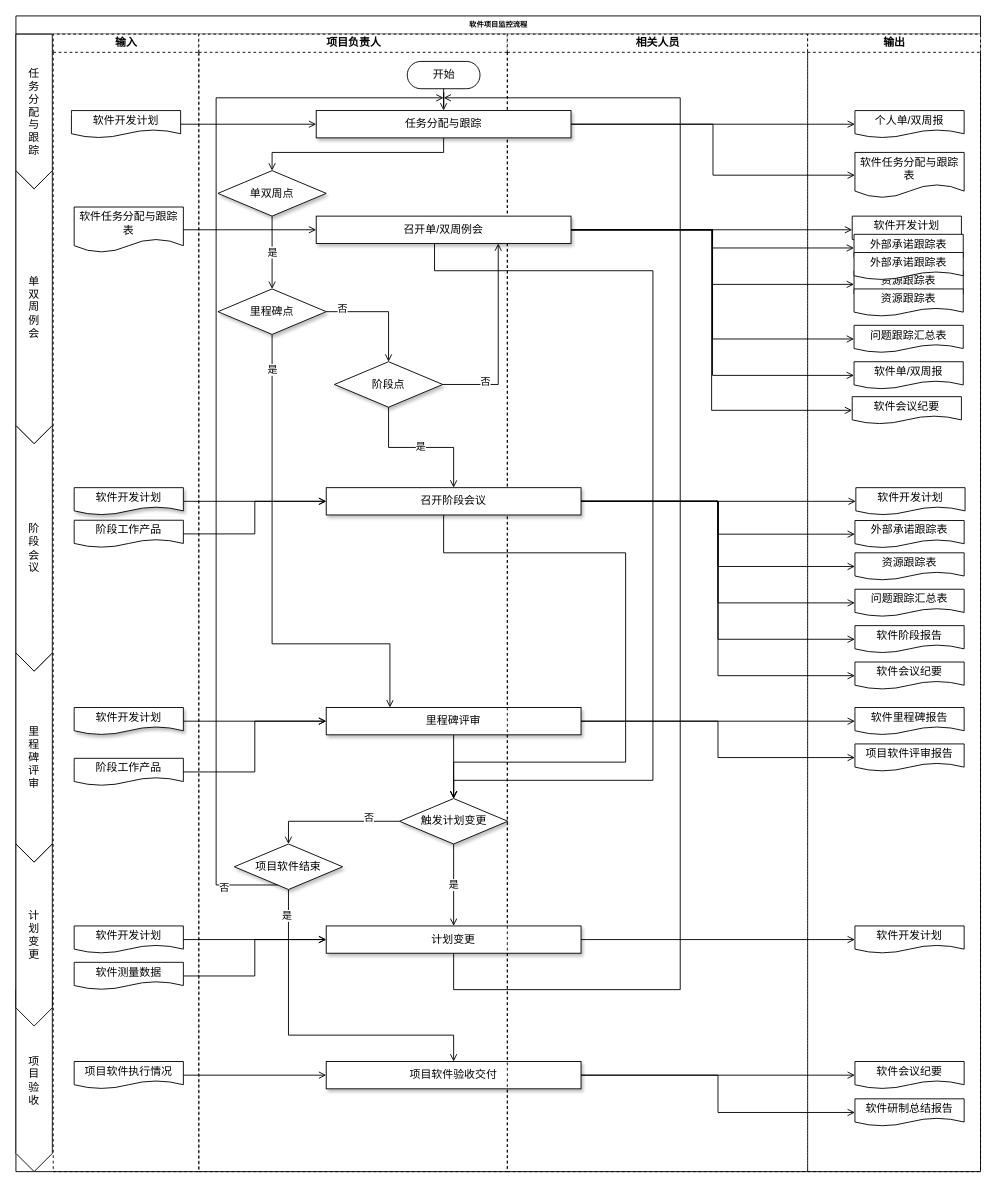
The draw.io diagram 国军标5000A-文审-项目监控过程域.drawio in ColonelDarcy2018/excelsior, before the edit. Source tidied: cells renumbered, new cells numbered last; positions are measured from the earlier drawing's top-left corner, leaving out a move shared by most shapes. Both pictures are drawn from the tidied source at 91%, with x=0, y=0 at pixel (15, 15).
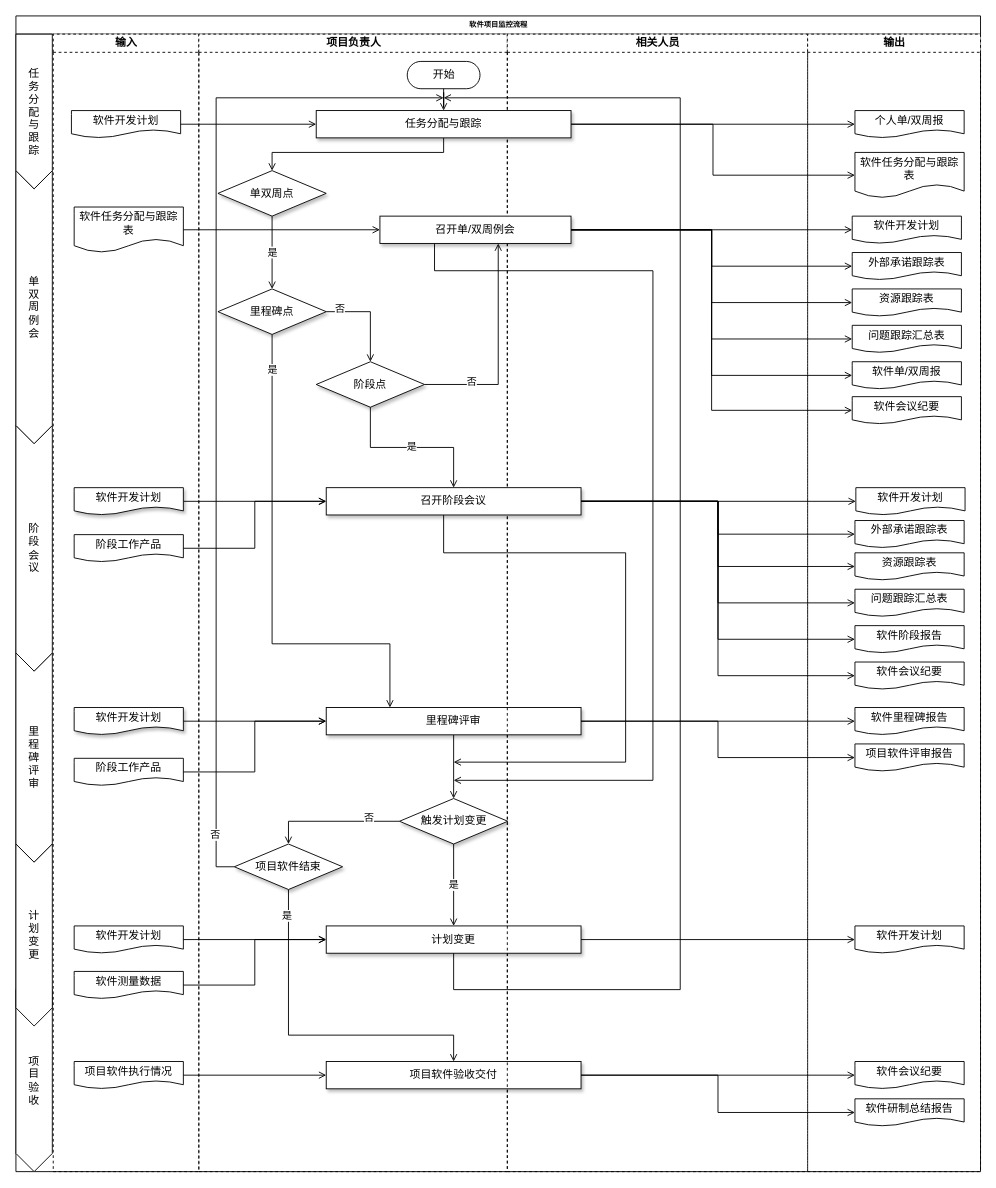
After the change.

Commit message (it also covers changes not shown here):
Update 国军标5000A-文审-项目监控过程域.drawio

Unchanged cells that the change refers to:
```xml
<mxCell id="10" value="输入" style="swimlane;html=1;startSize=20;dashed=1;" parent="2" vertex="1">
  <mxGeometry x="41" y="20" width="160" height="1250" as="geometry" />
</mxCell>
<mxCell id="19" value="项目负责人" style="swimlane;html=1;startSize=20;dashed=1;" parent="2" vertex="1">
  <mxGeometry x="201" y="20" width="339" height="1250" as="geometry" />
</mxCell>
<mxCell id="30" value="里程碑点" style="rhombus;whiteSpace=wrap;html=1;shadow=1;fontSize=12;" parent="19" vertex="1">
  <mxGeometry x="21" y="280" width="119" height="50" as="geometry" />
</mxCell>
<mxCell id="35" value="触发计划变更" style="rhombus;whiteSpace=wrap;html=1;shadow=1;fontSize=12;" parent="19" vertex="1">
  <mxGeometry x="220.5" y="840" width="119" height="50" as="geometry" />
</mxCell>
<mxCell id="38" value="项目软件结束" style="rhombus;whiteSpace=wrap;html=1;shadow=1;fontSize=12;" parent="19" vertex="1">
  <mxGeometry x="39" y="890" width="119" height="50" as="geometry" />
</mxCell>
<mxCell id="41" value="输出" style="swimlane;html=1;startSize=20;dashed=1;" parent="2" vertex="1">
  <mxGeometry x="870" y="20" width="190" height="1250" as="geometry" />
</mxCell>
<mxCell id="86" value="召开阶段会议" style="rounded=0;whiteSpace=wrap;html=1;shadow=1;fontSize=12;" parent="1" vertex="1">
  <mxGeometry x="341" y="518.4" width="280" height="30" as="geometry" />
</mxCell>
```

Change to the diagram source:
```diff
@@
     <mxCell id="11" value="阶段工作产品" style="shape=document;whiteSpace=wrap;html=1;boundedLbl=1;fontSize=12;" parent="10" vertex="1">
-      <mxGeometry x="23" y="534.2" width="120" height="30" as="geometry" />
+      <mxGeometry x="23" y="550" width="120" height="30" as="geometry" />
     </mxCell>
@@
     <mxCell id="18" value="软件测量数据" style="shape=document;whiteSpace=wrap;html=1;boundedLbl=1;fontSize=12;" parent="10" vertex="1">
-      <mxGeometry x="23" y="1020" width="120" height="30" as="geometry" />
+      <mxGeometry x="23" y="1030" width="120" height="30" as="geometry" />
     </mxCell>
@@
     <mxCell id="26" style="edgeStyle=orthogonalEdgeStyle;rounded=0;jettySize=auto;html=1;entryX=0.5;entryY=0;entryDx=0;entryDy=0;endArrow=open;endFill=0;" parent="19" edge="1" source="30" target="31">
-      <mxGeometry relative="1" as="geometry" />
+      <mxGeometry relative="1" as="geometry">
+        <Array as="points">
+          <mxPoint x="189" y="305" />
+          <mxPoint x="189" y="360" />
+        </Array>
+      </mxGeometry>
     </mxCell>
@@
     <mxCell id="31" value="阶段点" style="rhombus;whiteSpace=wrap;html=1;shadow=1;fontSize=12;" parent="19" vertex="1">
-      <mxGeometry x="149" y="360" width="119" height="50" as="geometry" />
+      <mxGeometry x="129" y="360" width="119" height="50" as="geometry" />
     </mxCell>
@@
     <mxCell id="46" value="外部承诺跟踪表" style="shape=document;whiteSpace=wrap;html=1;boundedLbl=1;fontSize=12;" parent="41" vertex="1">
-      <mxGeometry x="51" y="220" width="120" height="30" as="geometry" />
+      <mxGeometry x="49" y="240" width="120" height="30" as="geometry" />
     </mxCell>
     <mxCell id="47" value="资源跟踪表" style="shape=document;whiteSpace=wrap;html=1;boundedLbl=1;fontSize=12;" parent="41" vertex="1">
-      <mxGeometry x="51" y="260" width="120" height="30" as="geometry" />
+      <mxGeometry x="49" y="280" width="120" height="30" as="geometry" />
     </mxCell>
     <mxCell id="48" value="问题跟踪汇总表" style="shape=document;whiteSpace=wrap;html=1;boundedLbl=1;fontSize=12;" parent="41" vertex="1">
-      <mxGeometry x="51" y="320" width="120" height="30" as="geometry" />
+      <mxGeometry x="49" y="320" width="120" height="30" as="geometry" />
     </mxCell>
     <mxCell id="49" value="软件单/双周报" style="shape=document;whiteSpace=wrap;html=1;boundedLbl=1;fontSize=12;" parent="41" vertex="1">
-      <mxGeometry x="51" y="360" width="120" height="30" as="geometry" />
+      <mxGeometry x="49" y="360" width="120" height="30" as="geometry" />
     </mxCell>
@@
-    <mxCell id="51" value="外部承诺跟踪表" style="shape=document;whiteSpace=wrap;html=1;boundedLbl=1;fontSize=12;" parent="41" vertex="1">
-      <mxGeometry x="51" y="240" width="120" height="30" as="geometry" />
-    </mxCell>
-    <mxCell id="52" value="资源跟踪表" style="shape=document;whiteSpace=wrap;html=1;boundedLbl=1;fontSize=12;" parent="41" vertex="1">
-      <mxGeometry x="51" y="280" width="120" height="30" as="geometry" />
-    </mxCell>
@@
-    <mxCell id="85" style="edgeStyle=orthogonalEdgeStyle;rounded=0;jettySize=auto;html=1;entryX=0.5;entryY=0;entryDx=0;entryDy=0;endArrow=open;endFill=0;" parent="1" edge="1" source="86" target="35">
+    <mxCell id="85" style="edgeStyle=orthogonalEdgeStyle;rounded=0;jettySize=auto;html=1;endArrow=open;endFill=0;" parent="1" edge="1" source="86">
       <mxGeometry relative="1" as="geometry">
+        <mxPoint x="481" y="820" as="targetPoint" />
         <Array as="points">
           <mxPoint x="470" y="590" />
           <mxPoint x="670" y="590" />
           <mxPoint x="670" y="820" />
           <mxPoint x="481" y="820" />
         </Array>
       </mxGeometry>
     </mxCell>
@@
-    <mxCell id="92" style="edgeStyle=orthogonalEdgeStyle;rounded=0;jettySize=auto;html=1;entryX=0.5;entryY=0;entryDx=0;entryDy=0;endArrow=open;endFill=0;" parent="1" edge="1" source="94" target="35">
+    <mxCell id="92" style="edgeStyle=orthogonalEdgeStyle;rounded=0;jettySize=auto;html=1;endArrow=open;endFill=0;" parent="1" edge="1" source="94">
       <mxGeometry relative="1" as="geometry">
+        <mxPoint x="481" y="840" as="targetPoint" />
         <Array as="points">
           <mxPoint x="460" y="280" />
           <mxPoint x="700" y="280" />
           <mxPoint x="700" y="840" />
           <mxPoint x="481" y="840" />
         </Array>
       </mxGeometry>
     </mxCell>
@@
     <mxCell id="94" value="召开单/双周例会" style="rounded=0;whiteSpace=wrap;html=1;shadow=1;fontSize=12;" parent="1" vertex="1">
-      <mxGeometry x="330" y="220" width="280" height="30" as="geometry" />
+      <mxGeometry x="400" y="220" width="210" height="30" as="geometry" />
     </mxCell>
@@
     <mxCell id="101" style="edgeStyle=orthogonalEdgeStyle;rounded=0;jettySize=auto;html=1;endArrow=open;endFill=0;" parent="1" edge="1" source="38">
       <mxGeometry relative="1" as="geometry">
         <mxPoint x="470" y="90" as="targetPoint" />
         <Array as="points">
-          <mxPoint x="220" y="955" />
+          <mxPoint x="220" y="935" />
           <mxPoint x="220" y="90" />
-          <mxPoint x="470" y="90" />
         </Array>
       </mxGeometry>
     </mxCell>
```
